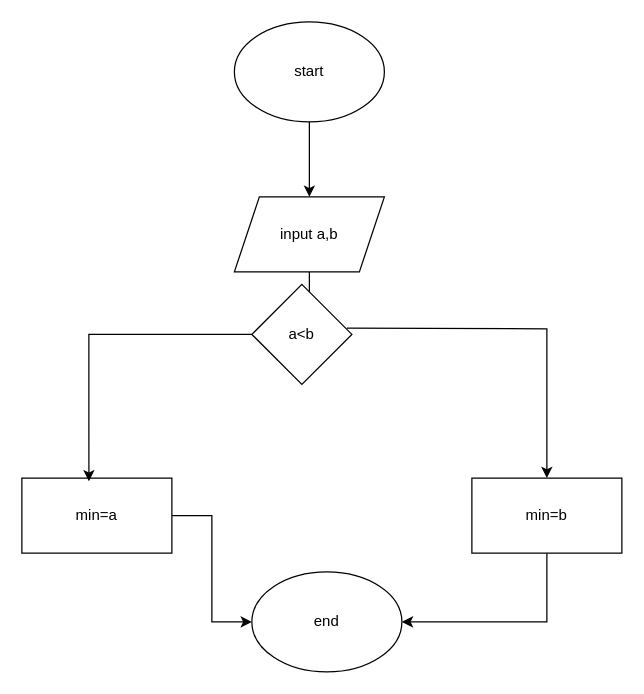
Above: page "bài 1" (1 of 2) of bài 1.drawio in KimiPrime/Ng-n-ng-l-p-tr-nh-c-ss1 (draw.io), before the change. Source tidied: cells renumbered, new cells numbered last; positions are measured from the earlier drawing's top-left corner, leaving out a move shared by most shapes. Both pictures are drawn from the tidied source at 125%, with x=0, y=0 at pixel (21, 21).
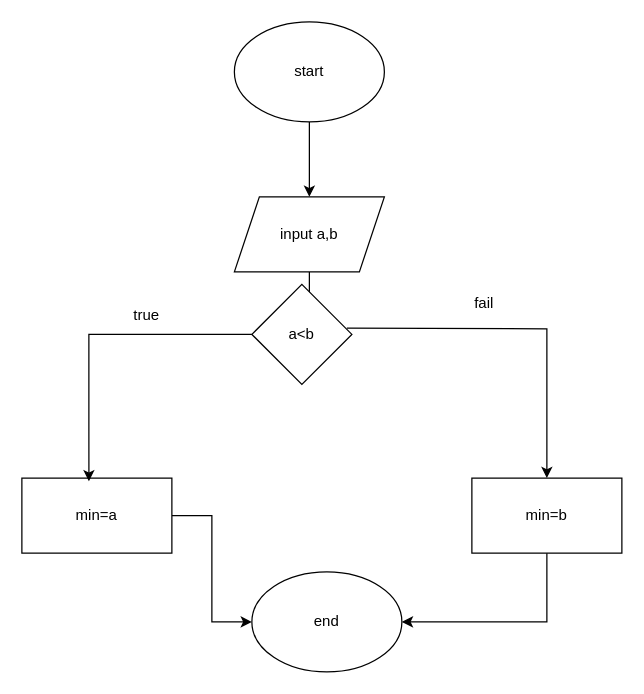
The same diagram, later.

Commit message:
Cập nhật bài 1.drawio

The edit, as a diff of the source:
```diff
@@
 <mxGraphModel>
   <root>
     <mxCell id="0" />
     <mxCell id="1" parent="0" />
     <mxCell id="2" style="edgeStyle=orthogonalEdgeStyle;rounded=0;jettySize=auto;html=1;" parent="1" edge="1" source="3">
       <mxGeometry relative="1" as="geometry">
         <mxPoint x="230" y="140" as="targetPoint" />
       </mxGeometry>
     </mxCell>
     <mxCell id="3" value="start" style="ellipse;whiteSpace=wrap;html=1;" parent="1" vertex="1">
       <mxGeometry x="170" width="120" height="80" as="geometry" />
     </mxCell>
     <mxCell id="4" style="edgeStyle=orthogonalEdgeStyle;rounded=0;jettySize=auto;html=1;" parent="1" edge="1" source="5" target="7">
       <mxGeometry relative="1" as="geometry" />
     </mxCell>
     <mxCell id="5" value="input a,b" style="shape=parallelogram;perimeter=parallelogramPerimeter;whiteSpace=wrap;html=1;fixedSize=1;" parent="1" vertex="1">
       <mxGeometry x="170" y="140" width="120" height="60" as="geometry" />
     </mxCell>
     <mxCell id="6" style="edgeStyle=orthogonalEdgeStyle;rounded=0;jettySize=auto;html=1;" parent="1" edge="1" target="9">
       <mxGeometry relative="1" as="geometry">
         <mxPoint x="260" y="245" as="sourcePoint" />
       </mxGeometry>
     </mxCell>
     <mxCell id="7" value="a&amp;lt;b" style="rhombus;whiteSpace=wrap;html=1;" parent="1" vertex="1">
       <mxGeometry x="184" y="210" width="80" height="80" as="geometry" />
     </mxCell>
     <mxCell id="8" style="edgeStyle=orthogonalEdgeStyle;rounded=0;jettySize=auto;html=1;exitX=0.5;exitY=1;exitDx=0;exitDy=0;entryX=1;entryY=0.5;entryDx=0;entryDy=0;" parent="1" edge="1" source="9" target="12">
       <mxGeometry relative="1" as="geometry" />
     </mxCell>
     <mxCell id="9" value="min=b" style="whiteSpace=wrap;html=1;" parent="1" vertex="1">
       <mxGeometry x="360" y="365" width="120" height="60" as="geometry" />
     </mxCell>
     <mxCell id="10" style="edgeStyle=orthogonalEdgeStyle;rounded=0;jettySize=auto;html=1;entryX=0;entryY=0.5;entryDx=0;entryDy=0;" parent="1" edge="1" source="11" target="12">
       <mxGeometry relative="1" as="geometry" />
     </mxCell>
     <mxCell id="11" value="min=a" style="whiteSpace=wrap;html=1;" parent="1" vertex="1">
       <mxGeometry y="365" width="120" height="60" as="geometry" />
     </mxCell>
     <mxCell id="12" value="end" style="ellipse;whiteSpace=wrap;html=1;" parent="1" vertex="1">
       <mxGeometry x="184" y="440" width="120" height="80" as="geometry" />
     </mxCell>
     <mxCell id="13" style="edgeStyle=orthogonalEdgeStyle;rounded=0;jettySize=auto;html=1;exitX=0;exitY=0.5;exitDx=0;exitDy=0;entryX=0.447;entryY=0.043;entryDx=0;entryDy=0;entryPerimeter=0;" parent="1" edge="1" source="7" target="11">
       <mxGeometry relative="1" as="geometry" />
     </mxCell>
+    <mxCell id="14" value="true" style="text;html=1;align=center;verticalAlign=middle;whiteSpace=wrap;rounded=0;" parent="1" vertex="1">
+      <mxGeometry x="60" y="220" width="80" height="30" as="geometry" />
+    </mxCell>
+    <mxCell id="15" value="fail" style="text;html=1;align=center;verticalAlign=middle;whiteSpace=wrap;rounded=0;" parent="1" vertex="1">
+      <mxGeometry x="320" y="210" width="100" height="30" as="geometry" />
+    </mxCell>
   </root>
 </mxGraphModel>
```
